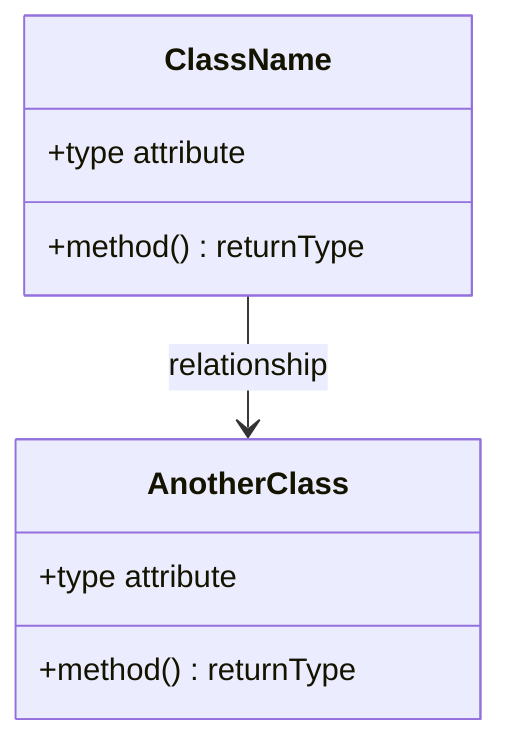
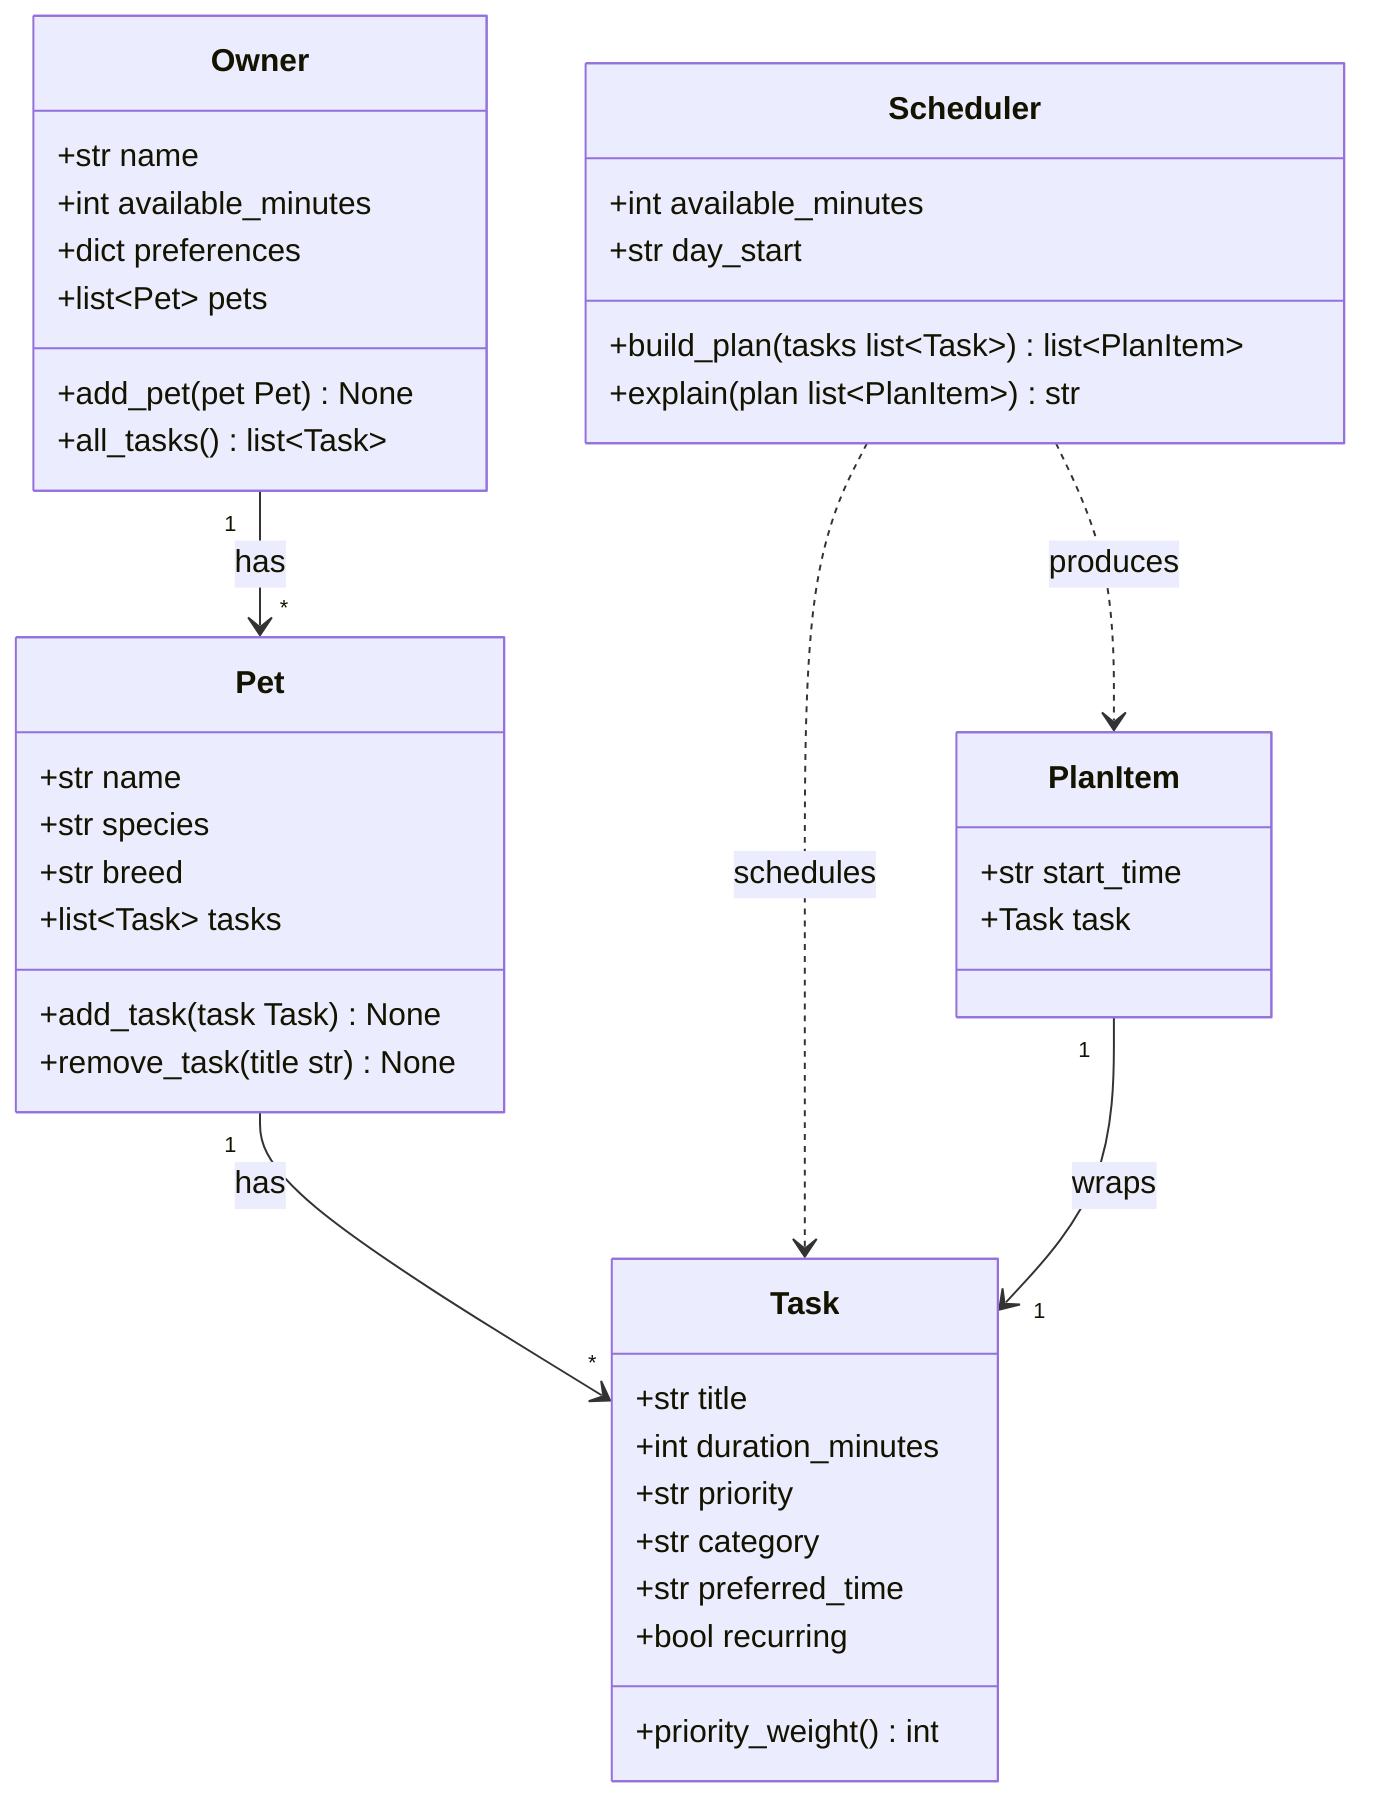
classDiagram
-     %% Replace the placeholders below with your actual classes, attributes, methods, and relationships.
-     %% Keep this file updated so it matches your final implementation.
+     %% PawPal+ system design (Phase 1 draft).
+     %% Keep this file updated so it matches the final implementation.

-     class ClassName {
-         +type attribute
-         +method() returnType
+     class Owner {
+         +str name
+         +int available_minutes
+         +dict preferences
+         +list~Pet~ pets
+         +add_pet(pet Pet) None
+         +all_tasks() list~Task~
    }

-     class AnotherClass {
-         +type attribute
-         +method() returnType
+     class Pet {
+         +str name
+         +str species
+         +str breed
+         +list~Task~ tasks
+         +add_task(task Task) None
+         +remove_task(title str) None
    }

-     ClassName --> AnotherClass : relationship
+     class Task {
+         +str title
+         +int duration_minutes
+         +str priority
+         +str category
+         +str preferred_time
+         +bool recurring
+         +priority_weight() int
+     }
+ 
+     class Scheduler {
+         +int available_minutes
+         +str day_start
+         +build_plan(tasks list~Task~) list~PlanItem~
+         +explain(plan list~PlanItem~) str
+     }
+ 
+     class PlanItem {
+         +str start_time
+         +Task task
+     }
+ 
+     Owner "1" --> "*" Pet : has
+     Pet "1" --> "*" Task : has
+     Scheduler ..> Task : schedules
+     Scheduler ..> PlanItem : produces
+     PlanItem "1" --> "1" Task : wraps
